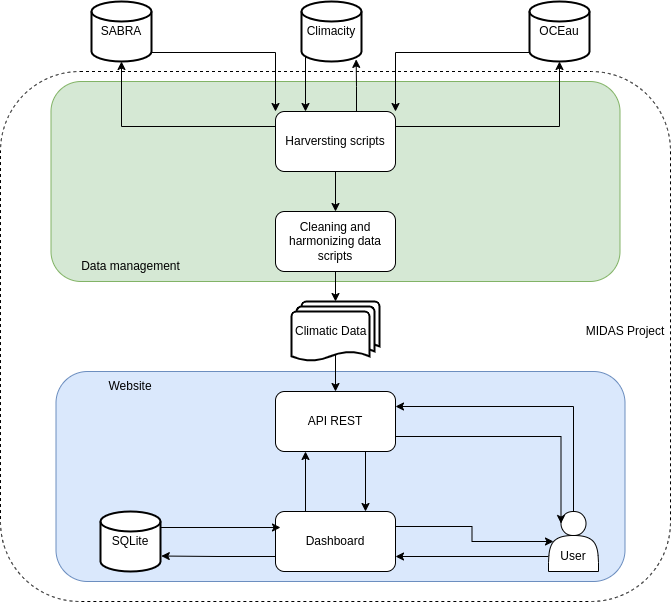
HEG-MIDAS/MIDAS keeps this draw.io diagram as midas_diagramme.png. Above is the earlier version. Source tidied: cells renumbered, new cells last; positions are measured from the earlier drawing's top-left corner, leaving out a move shared by most shapes. The source it was exported from:
```xml
<mxGraphModel>
  <root>
    <mxCell id="0" />
    <mxCell id="1" parent="0" />
    <mxCell id="2" style="rounded=1;whiteSpace=wrap;html=1;fillColor=none;dashed=1;" parent="1" vertex="1">
      <mxGeometry y="70" width="670" height="530" as="geometry" />
    </mxCell>
    <mxCell id="3" style="rounded=1;whiteSpace=wrap;html=1;fillColor=#dae8fc;strokeColor=#6c8ebf;" parent="1" vertex="1">
      <mxGeometry x="55.5" y="370" width="569" height="210" as="geometry" />
    </mxCell>
    <mxCell id="4" style="rounded=1;whiteSpace=wrap;html=1;fillColor=#d5e8d4;strokeColor=#82b366;" parent="1" vertex="1">
      <mxGeometry x="50.5" y="80" width="569" height="200" as="geometry" />
    </mxCell>
    <mxCell id="5" style="edgeStyle=orthogonalEdgeStyle;rounded=0;jettySize=auto;html=1;exitX=0.25;exitY=0;exitDx=0;exitDy=0;entryX=0.25;entryY=1;entryDx=0;entryDy=0;" parent="1" edge="1" source="6" target="8">
      <mxGeometry relative="1" as="geometry" />
    </mxCell>
    <mxCell id="6" value="Dashboard" style="rounded=1;whiteSpace=wrap;html=1;" parent="1" vertex="1">
      <mxGeometry x="275" y="510" width="120" height="60" as="geometry" />
    </mxCell>
    <mxCell id="7" style="edgeStyle=orthogonalEdgeStyle;rounded=0;jettySize=auto;html=1;exitX=0.75;exitY=1;exitDx=0;exitDy=0;entryX=0.75;entryY=0;entryDx=0;entryDy=0;" parent="1" edge="1" source="8" target="6">
      <mxGeometry relative="1" as="geometry" />
    </mxCell>
    <mxCell id="8" value="API REST" style="rounded=1;whiteSpace=wrap;html=1;" parent="1" vertex="1">
      <mxGeometry x="275" y="390" width="120" height="60" as="geometry" />
    </mxCell>
    <mxCell id="9" style="edgeStyle=orthogonalEdgeStyle;rounded=0;jettySize=auto;html=1;exitX=0.75;exitY=0;exitDx=0;exitDy=0;" parent="1" edge="1" source="11">
      <mxGeometry relative="1" as="geometry">
        <mxPoint x="365.2" y="109.7" as="targetPoint" />
      </mxGeometry>
    </mxCell>
    <mxCell id="10" style="edgeStyle=orthogonalEdgeStyle;rounded=0;jettySize=auto;html=1;exitX=0.5;exitY=1;exitDx=0;exitDy=0;entryX=0.5;entryY=0;entryDx=0;entryDy=0;" parent="1" edge="1" source="11" target="31">
      <mxGeometry relative="1" as="geometry" />
    </mxCell>
    <mxCell id="11" value="Harversting scripts" style="rounded=1;whiteSpace=wrap;html=1;" parent="1" vertex="1">
      <mxGeometry x="275" y="110" width="120" height="60" as="geometry" />
    </mxCell>
    <mxCell id="12" value="SQLite" style="strokeWidth=2;html=1;shape=mxgraph.flowchart.database;whiteSpace=wrap;" parent="1" vertex="1">
      <mxGeometry x="100" y="510" width="60" height="60" as="geometry" />
    </mxCell>
    <mxCell id="13" style="edgeStyle=orthogonalEdgeStyle;rounded=0;jettySize=auto;html=1;exitX=0.5;exitY=0.88;exitDx=0;exitDy=0;exitPerimeter=0;entryX=0.5;entryY=0;entryDx=0;entryDy=0;" parent="1" edge="1" source="14" target="8">
      <mxGeometry relative="1" as="geometry" />
    </mxCell>
    <mxCell id="14" value="Climatic Data&lt;span style=&quot;white-space: pre;&quot;&gt;&#9;&lt;/span&gt;" style="strokeWidth=2;html=1;shape=mxgraph.flowchart.multi-document;whiteSpace=wrap;" parent="1" vertex="1">
      <mxGeometry x="291" y="300" width="88" height="60" as="geometry" />
    </mxCell>
    <mxCell id="15" style="edgeStyle=orthogonalEdgeStyle;rounded=0;orthogonalLoop=1;jettySize=auto;html=1;exitX=1;exitY=0.15;exitDx=0;exitDy=0;exitPerimeter=0;entryX=0;entryY=0.15;entryDx=0;entryDy=0;entryPerimeter=0;" parent="1" edge="1">
      <mxGeometry relative="1" as="geometry">
        <mxPoint x="160" y="526" as="sourcePoint" />
        <mxPoint x="280" y="526" as="targetPoint" />
      </mxGeometry>
    </mxCell>
    <mxCell id="16" style="edgeStyle=orthogonalEdgeStyle;rounded=0;jettySize=auto;html=1;exitX=0;exitY=0.75;exitDx=0;exitDy=0;entryX=1.013;entryY=0.742;entryDx=0;entryDy=0;entryPerimeter=0;" parent="1" edge="1" source="6" target="12">
      <mxGeometry relative="1" as="geometry" />
    </mxCell>
    <mxCell id="17" style="edgeStyle=orthogonalEdgeStyle;rounded=0;jettySize=auto;html=1;exitX=0;exitY=0.75;exitDx=0;exitDy=0;entryX=1;entryY=0.75;entryDx=0;entryDy=0;" parent="1" edge="1" source="19" target="6">
      <mxGeometry relative="1" as="geometry" />
    </mxCell>
    <mxCell id="18" style="edgeStyle=orthogonalEdgeStyle;rounded=0;jettySize=auto;html=1;exitX=0.5;exitY=0;exitDx=0;exitDy=0;entryX=1;entryY=0.25;entryDx=0;entryDy=0;" parent="1" edge="1" source="19" target="8">
      <mxGeometry relative="1" as="geometry" />
    </mxCell>
    <mxCell id="19" value="&lt;div&gt;&lt;br&gt;&lt;/div&gt;&lt;div&gt;&lt;br&gt;&lt;/div&gt;User" style="shape=actor;whiteSpace=wrap;html=1;" parent="1" vertex="1">
      <mxGeometry x="548" y="510" width="50" height="60" as="geometry" />
    </mxCell>
    <mxCell id="20" style="edgeStyle=orthogonalEdgeStyle;rounded=0;jettySize=auto;html=1;exitX=1;exitY=0.25;exitDx=0;exitDy=0;entryX=0.1;entryY=0.5;entryDx=0;entryDy=0;entryPerimeter=0;" parent="1" edge="1" source="6" target="19">
      <mxGeometry relative="1" as="geometry" />
    </mxCell>
    <mxCell id="21" style="edgeStyle=orthogonalEdgeStyle;rounded=0;jettySize=auto;html=1;exitX=1;exitY=0.75;exitDx=0;exitDy=0;entryX=0.25;entryY=0.2;entryDx=0;entryDy=0;entryPerimeter=0;" parent="1" edge="1" source="8" target="19">
      <mxGeometry relative="1" as="geometry" />
    </mxCell>
    <mxCell id="22" style="edgeStyle=orthogonalEdgeStyle;rounded=0;jettySize=auto;html=1;exitX=1;exitY=0.85;exitDx=0;exitDy=0;exitPerimeter=0;entryX=0;entryY=0;entryDx=0;entryDy=0;" parent="1" edge="1" source="23" target="11">
      <mxGeometry relative="1" as="geometry" />
    </mxCell>
    <mxCell id="23" value="SABRA" style="strokeWidth=2;html=1;shape=mxgraph.flowchart.database;whiteSpace=wrap;" parent="1" vertex="1">
      <mxGeometry x="91" width="60" height="60" as="geometry" />
    </mxCell>
    <mxCell id="24" style="edgeStyle=orthogonalEdgeStyle;rounded=0;jettySize=auto;html=1;exitX=0;exitY=0.85;exitDx=0;exitDy=0;exitPerimeter=0;entryX=0.25;entryY=0;entryDx=0;entryDy=0;" parent="1" edge="1" source="25" target="11">
      <mxGeometry relative="1" as="geometry">
        <Array as="points">
          <mxPoint x="305" y="51" />
        </Array>
      </mxGeometry>
    </mxCell>
    <mxCell id="25" value="Climacity" style="strokeWidth=2;html=1;shape=mxgraph.flowchart.database;whiteSpace=wrap;" parent="1" vertex="1">
      <mxGeometry x="301" width="60" height="60" as="geometry" />
    </mxCell>
    <mxCell id="26" style="edgeStyle=orthogonalEdgeStyle;rounded=0;jettySize=auto;html=1;exitX=0;exitY=0.85;exitDx=0;exitDy=0;exitPerimeter=0;entryX=1;entryY=0;entryDx=0;entryDy=0;" parent="1" edge="1" source="27" target="11">
      <mxGeometry relative="1" as="geometry" />
    </mxCell>
    <mxCell id="27" value="OCEau" style="strokeWidth=2;html=1;shape=mxgraph.flowchart.database;whiteSpace=wrap;" parent="1" vertex="1">
      <mxGeometry x="529" width="60" height="60" as="geometry" />
    </mxCell>
    <mxCell id="28" style="edgeStyle=orthogonalEdgeStyle;rounded=0;jettySize=auto;html=1;exitX=0;exitY=0.25;exitDx=0;exitDy=0;entryX=0.5;entryY=1;entryDx=0;entryDy=0;entryPerimeter=0;" parent="1" edge="1" source="11" target="23">
      <mxGeometry relative="1" as="geometry">
        <Array as="points">
          <mxPoint x="121" y="125" />
        </Array>
      </mxGeometry>
    </mxCell>
    <mxCell id="29" style="edgeStyle=orthogonalEdgeStyle;rounded=0;orthogonalLoop=1;jettySize=auto;html=1;exitX=0.684;exitY=0;exitDx=0;exitDy=0;entryX=0.911;entryY=0.965;entryDx=0;entryDy=0;entryPerimeter=0;exitPerimeter=0;" parent="1" edge="1">
      <mxGeometry relative="1" as="geometry">
        <mxPoint x="357.1" y="110" as="sourcePoint" />
        <mxPoint x="355.7" y="57.9" as="targetPoint" />
        <Array as="points">
          <mxPoint x="356" y="110" />
          <mxPoint x="356" y="85" />
          <mxPoint x="356" y="85" />
        </Array>
      </mxGeometry>
    </mxCell>
    <mxCell id="30" style="edgeStyle=orthogonalEdgeStyle;rounded=0;jettySize=auto;html=1;exitX=1;exitY=0.25;exitDx=0;exitDy=0;entryX=0.5;entryY=1;entryDx=0;entryDy=0;entryPerimeter=0;" parent="1" edge="1" source="11" target="27">
      <mxGeometry relative="1" as="geometry" />
    </mxCell>
    <mxCell id="31" value="Cleaning and harmonizing data scripts" style="rounded=1;whiteSpace=wrap;html=1;" parent="1" vertex="1">
      <mxGeometry x="275" y="210" width="120" height="60" as="geometry" />
    </mxCell>
    <mxCell id="32" style="edgeStyle=orthogonalEdgeStyle;rounded=0;jettySize=auto;html=1;exitX=0.5;exitY=1;exitDx=0;exitDy=0;entryX=0.5;entryY=0;entryDx=0;entryDy=0;entryPerimeter=0;" parent="1" edge="1" source="31" target="14">
      <mxGeometry relative="1" as="geometry" />
    </mxCell>
    <mxCell id="33" value="MIDAS Project" style="text;html=1;align=center;verticalAlign=middle;whiteSpace=wrap;rounded=0;" parent="1" vertex="1">
      <mxGeometry x="580" y="315" width="90" height="30" as="geometry" />
    </mxCell>
    <mxCell id="34" value="Website" style="text;html=1;align=center;verticalAlign=middle;whiteSpace=wrap;rounded=0;" parent="1" vertex="1">
      <mxGeometry x="100" y="370" width="60" height="30" as="geometry" />
    </mxCell>
    <mxCell id="35" value="Data management" style="text;html=1;align=center;verticalAlign=middle;whiteSpace=wrap;rounded=0;" parent="1" vertex="1">
      <mxGeometry x="75.5" y="250" width="109" height="30" as="geometry" />
    </mxCell>
  </root>
</mxGraphModel>
```
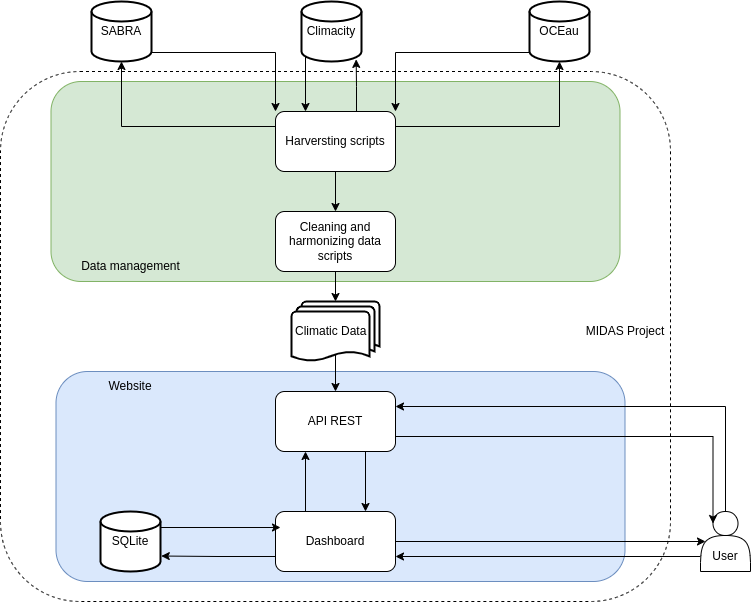
After the change.

Commit message:
diagram : adding the good one

Diff of the diagram source:
```diff
@@ -59,9 +59,9 @@
       <mxGeometry relative="1" as="geometry" />
     </mxCell>
     <mxCell id="19" value="&lt;div&gt;&lt;br&gt;&lt;/div&gt;&lt;div&gt;&lt;br&gt;&lt;/div&gt;User" style="shape=actor;whiteSpace=wrap;html=1;" parent="1" vertex="1">
-      <mxGeometry x="548" y="510" width="50" height="60" as="geometry" />
+      <mxGeometry x="700" y="510" width="50" height="60" as="geometry" />
     </mxCell>
-    <mxCell id="20" style="edgeStyle=orthogonalEdgeStyle;rounded=0;jettySize=auto;html=1;exitX=1;exitY=0.25;exitDx=0;exitDy=0;entryX=0.1;entryY=0.5;entryDx=0;entryDy=0;entryPerimeter=0;" parent="1" edge="1" source="6" target="19">
+    <mxCell id="20" style="edgeStyle=orthogonalEdgeStyle;rounded=0;jettySize=auto;html=1;exitX=1;exitY=0.5;exitDx=0;exitDy=0;entryX=0.1;entryY=0.5;entryDx=0;entryDy=0;entryPerimeter=0;" parent="1" edge="1" source="6" target="19">
       <mxGeometry relative="1" as="geometry" />
     </mxCell>
     <mxCell id="21" style="edgeStyle=orthogonalEdgeStyle;rounded=0;jettySize=auto;html=1;exitX=1;exitY=0.75;exitDx=0;exitDy=0;entryX=0.25;entryY=0.2;entryDx=0;entryDy=0;entryPerimeter=0;" parent="1" edge="1" source="8" target="19">
```
